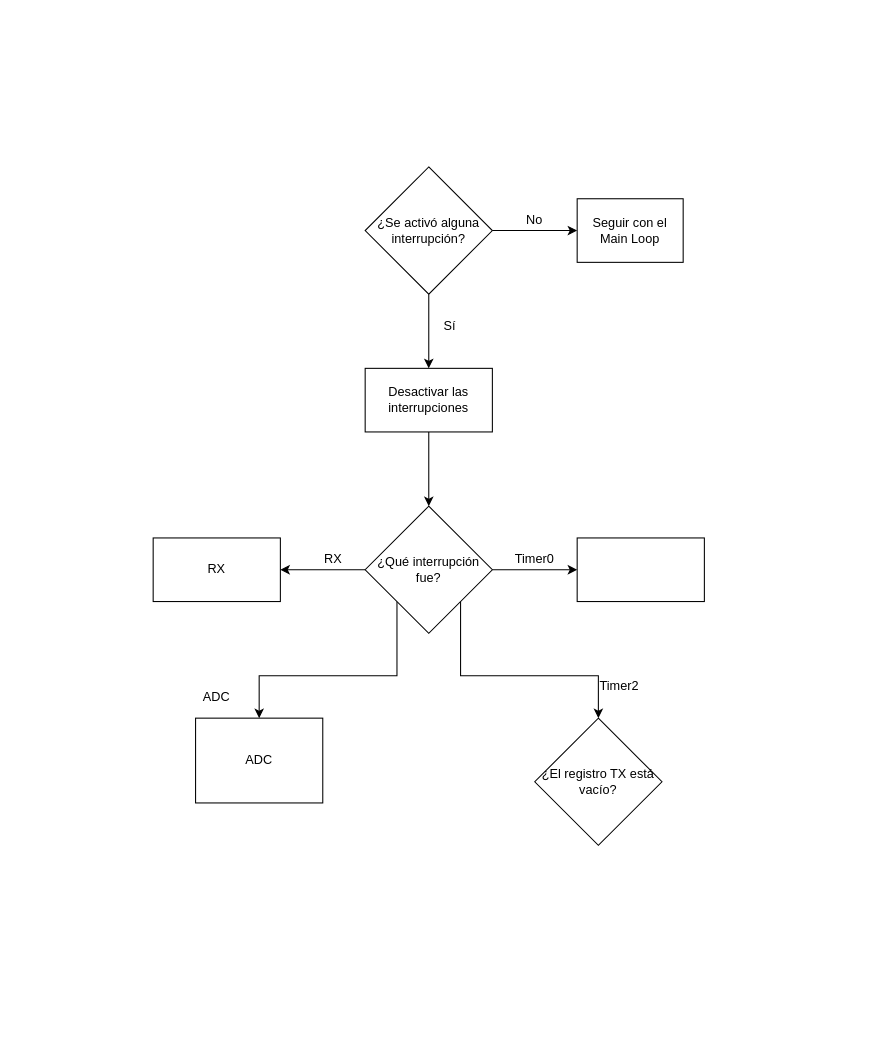
Earlier version of the draw.io diagram page "Page-1" (1 of 4) of Diagrama de Flujo.drawio (pel19072/Proyecto_Etch_a_Sketch). Source tidied: cells renumbered, new cells numbered last; positions are measured from the earlier drawing's top-left corner, leaving out a move shared by most shapes. Both pictures are drawn from the tidied source at 106%, with x=0, y=0 at pixel (153, 166).
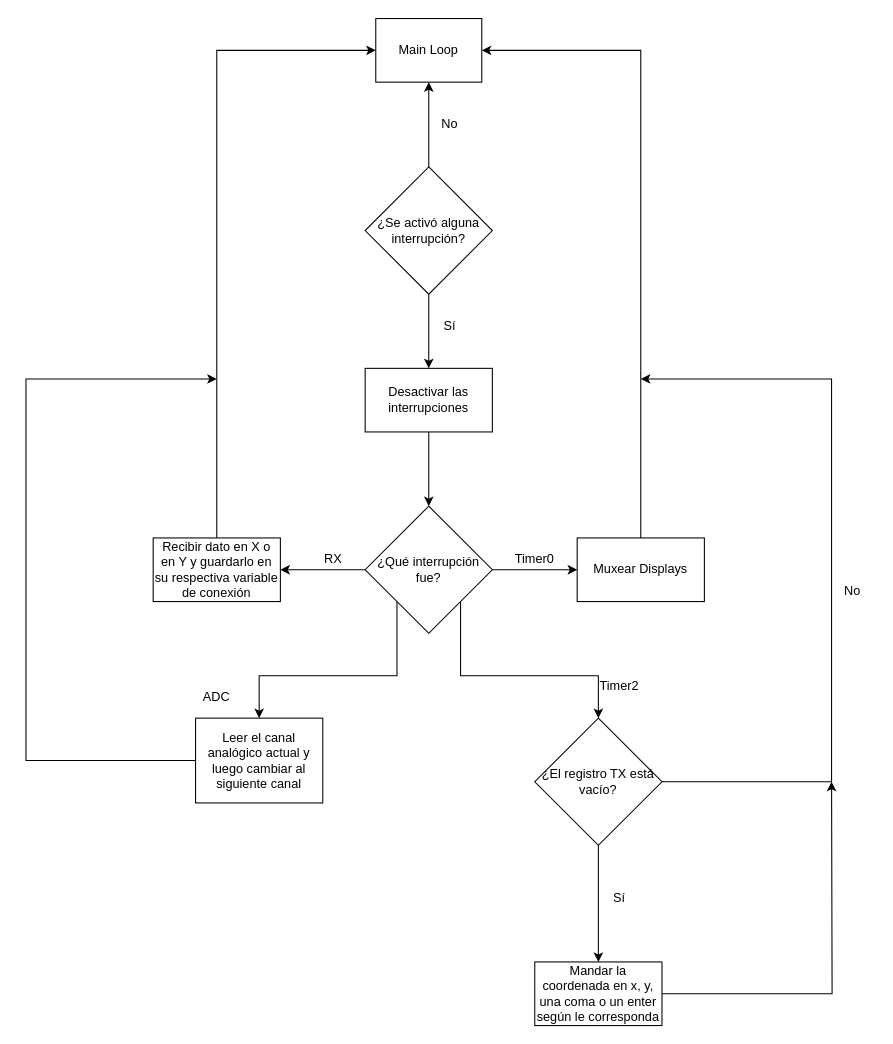
Above is the later version.

Unchanged cells that the change refers to:
```xml
<mxCell id="19" value="&lt;span&gt;¿El registro TX está vacío?&lt;/span&gt;" style="rhombus;whiteSpace=wrap;html=1;" parent="1" vertex="1">
  <mxGeometry x="360" y="520" width="120" height="120" as="geometry" />
</mxCell>
```

Change to the diagram source:
```diff
@@
-    <mxCell id="8" value="Seguir con el Main Loop" style="whiteSpace=wrap;html=1;" parent="1" vertex="1">
-      <mxGeometry x="400" y="30" width="100" height="60" as="geometry" />
+    <mxCell id="8" value="Main Loop" style="whiteSpace=wrap;html=1;" parent="1" vertex="1">
+      <mxGeometry x="210" y="-140" width="100" height="60" as="geometry" />
     </mxCell>
     <mxCell id="9" value="No" style="text;html=1;strokeColor=none;fillColor=none;align=center;verticalAlign=middle;whiteSpace=wrap;rounded=0;" parent="1" vertex="1">
-      <mxGeometry x="340" y="40" width="40" height="20" as="geometry" />
+      <mxGeometry x="260" y="-50" width="40" height="20" as="geometry" />
     </mxCell>
@@
+    <mxCell id="23" style="edgeStyle=orthogonalEdgeStyle;rounded=0;jettySize=auto;html=1;entryX=1;entryY=0.5;entryDx=0;entryDy=0;" parent="1" edge="1" source="15" target="8">
+      <mxGeometry relative="1" as="geometry">
+        <Array as="points">
+          <mxPoint x="460" y="-110" />
+        </Array>
+      </mxGeometry>
+    </mxCell>
-    <mxCell id="15" style="whiteSpace=wrap;html=1;" parent="1" vertex="1">
+    <mxCell id="15" value="Muxear Displays" style="whiteSpace=wrap;html=1;" parent="1" vertex="1">
       <mxGeometry x="400" y="350" width="120" height="60" as="geometry" />
     </mxCell>
+    <mxCell id="24" style="edgeStyle=orthogonalEdgeStyle;rounded=0;jettySize=auto;html=1;" parent="1" edge="1" source="16">
+      <mxGeometry relative="1" as="geometry">
+        <mxPoint x="60" y="200" as="targetPoint" />
+        <Array as="points">
+          <mxPoint x="-120" y="560" />
+          <mxPoint x="-120" y="200" />
+        </Array>
+      </mxGeometry>
+    </mxCell>
-    <mxCell id="16" value="ADC" style="whiteSpace=wrap;html=1;" parent="1" vertex="1">
+    <mxCell id="16" value="Leer el canal analógico actual y luego cambiar al siguiente canal" style="whiteSpace=wrap;html=1;" parent="1" vertex="1">
       <mxGeometry x="40" y="520" width="120" height="80" as="geometry" />
     </mxCell>
+    <mxCell id="25" style="edgeStyle=orthogonalEdgeStyle;rounded=0;jettySize=auto;html=1;entryX=0;entryY=0.5;entryDx=0;entryDy=0;" parent="1" edge="1" source="17" target="8">
+      <mxGeometry relative="1" as="geometry">
+        <Array as="points">
+          <mxPoint x="60" y="-110" />
+        </Array>
+      </mxGeometry>
+    </mxCell>
-    <mxCell id="17" value="RX" style="whiteSpace=wrap;html=1;" parent="1" vertex="1">
+    <mxCell id="17" value="Recibir dato en X o en Y y guardarlo en su respectiva variable de conexión" style="whiteSpace=wrap;html=1;" parent="1" vertex="1">
       <mxGeometry y="350" width="120" height="60" as="geometry" />
     </mxCell>
@@
+    <mxCell id="26" style="edgeStyle=orthogonalEdgeStyle;rounded=0;jettySize=auto;html=1;" parent="1" edge="1" source="19">
+      <mxGeometry relative="1" as="geometry">
+        <mxPoint x="460" y="200" as="targetPoint" />
+        <Array as="points">
+          <mxPoint x="640" y="580" />
+          <mxPoint x="640" y="200" />
+        </Array>
+      </mxGeometry>
+    </mxCell>
+    <mxCell id="27" style="edgeStyle=orthogonalEdgeStyle;rounded=0;jettySize=auto;html=1;" parent="1" edge="1" source="19" target="30">
+      <mxGeometry relative="1" as="geometry" />
+    </mxCell>
@@
+    <mxCell id="28" value="No" style="text;html=1;strokeColor=none;fillColor=none;align=center;verticalAlign=middle;whiteSpace=wrap;rounded=0;" parent="1" vertex="1">
+      <mxGeometry x="640" y="390" width="40" height="20" as="geometry" />
+    </mxCell>
+    <mxCell id="29" style="edgeStyle=orthogonalEdgeStyle;rounded=0;jettySize=auto;html=1;" parent="1" edge="1" source="30">
+      <mxGeometry relative="1" as="geometry">
+        <mxPoint x="640" y="580" as="targetPoint" />
+      </mxGeometry>
+    </mxCell>
+    <mxCell id="30" value="Mandar la coordenada en x, y, una coma o un enter según le corresponda" style="whiteSpace=wrap;html=1;" parent="1" vertex="1">
+      <mxGeometry x="360" y="750" width="120" height="60" as="geometry" />
+    </mxCell>
+    <mxCell id="31" value="Sí" style="text;html=1;strokeColor=none;fillColor=none;align=center;verticalAlign=middle;whiteSpace=wrap;rounded=0;" parent="1" vertex="1">
+      <mxGeometry x="420" y="680" width="40" height="20" as="geometry" />
+    </mxCell>
```
